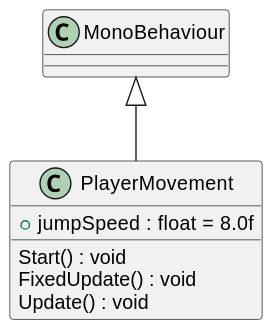
mariapreda19/ProiectMDS keeps this PlantUML diagram as UML/TempleRun/Assets/Scripts/PlayerMovement.svg. Above is the earlier version. Source of this version:
```plantuml
@startuml
class PlayerMovement {
    + jumpSpeed : float = 8.0f
    Start() : void
    FixedUpdate() : void
    Update() : void
}
MonoBehaviour <|-- PlayerMovement
@enduml
```
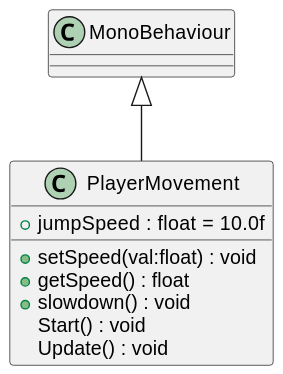
After the change.

The edit, as a diff of the source:
```diff
@@ -1,8 +1,10 @@
 @startuml
 class PlayerMovement {
-    + jumpSpeed : float = 8.0f
+    + jumpSpeed : float = 10.0f
+    + setSpeed(val:float) : void
+    + getSpeed() : float
+    + slowdown() : void
     Start() : void
-    FixedUpdate() : void
     Update() : void
 }
 MonoBehaviour <|-- PlayerMovement
```
